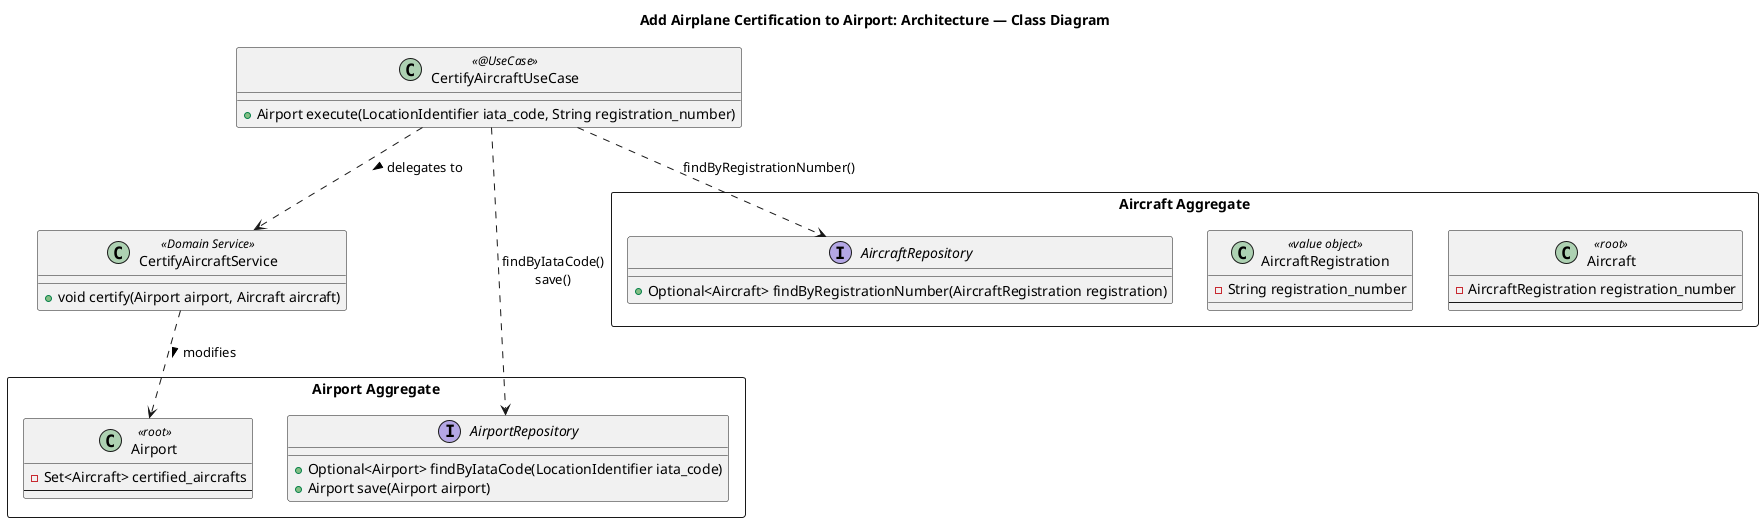
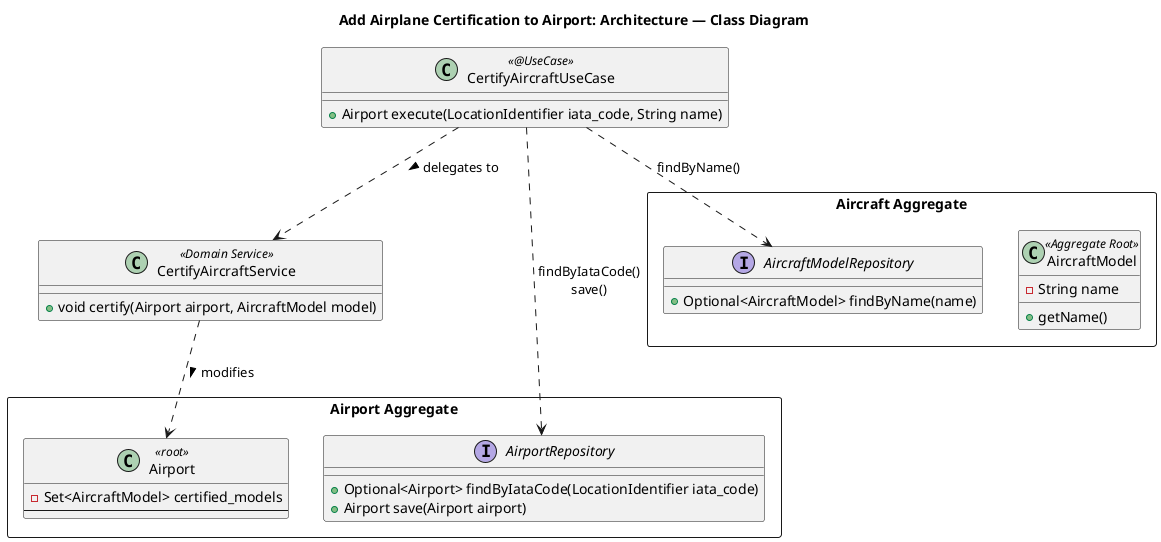
@startuml
'https://plantuml.com/class-diagram

title Add Airplane Certification to Airport: Architecture — Class Diagram

package "Airport Aggregate" <<rectangle>> {
    class Airport <<root>> {
-         - Set<Aircraft> certified_aircrafts
+         - Set<AircraftModel> certified_models
        ---
    }

    interface AirportRepository {
        + Optional<Airport> findByIataCode(LocationIdentifier iata_code)
        + Airport save(Airport airport)
    }
}

package "Aircraft Aggregate" <<rectangle>> {
-     class Aircraft <<root>> {
-         - AircraftRegistration registration_number
-         ---
-     }
+     class AircraftModel <<Aggregate Root>> {
+             - String name
+             + getName()
+         }

-     class AircraftRegistration <<value object>> {
-         - String registration_number
-     }
- 
-     interface AircraftRepository {
-         + Optional<Aircraft> findByRegistrationNumber(AircraftRegistration registration)
+     interface AircraftModelRepository {
+         + Optional<AircraftModel> findByName(name)
    }
}

class CertifyAircraftService <<Domain Service>> {
-     + void certify(Airport airport, Aircraft aircraft)
+     + void certify(Airport airport, AircraftModel model)
}

class CertifyAircraftUseCase <<@UseCase>> {
-     + Airport execute(LocationIdentifier iata_code, String registration_number)
+     + Airport execute(LocationIdentifier iata_code, String name)
}

CertifyAircraftUseCase ..> AirportRepository : findByIataCode()\nsave()
- CertifyAircraftUseCase ..> AircraftRepository : findByRegistrationNumber()
+ CertifyAircraftUseCase ..> AircraftModelRepository : findByName()
CertifyAircraftUseCase ..> CertifyAircraftService : delegates to >
CertifyAircraftService ..> Airport : modifies >

@enduml